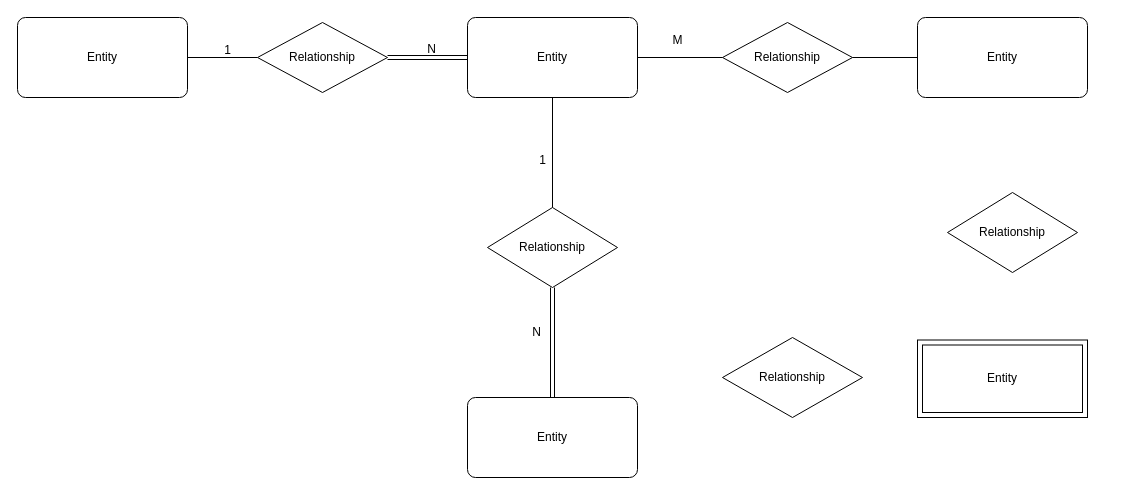
Parbatnil/erd-dfd keeps this draw.io diagram as Untitled Diagram.drawio. Above is the earlier version. Source tidied: cells renumbered, new cells numbered last; positions are measured from the earlier drawing's top-left corner, leaving out a move shared by most shapes. Both pictures are drawn from the tidied source at 100%, with x=0, y=0 at pixel (17, 17).
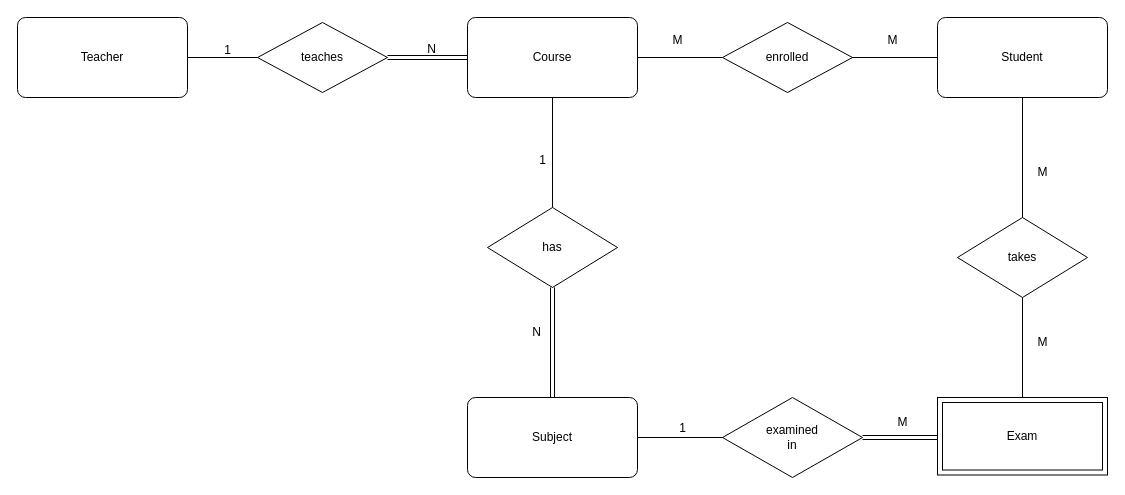
The same diagram, later.

The edit, as a diff of the source:
```diff
@@
-    <mxCell id="2" value="Entity" style="rounded=1;arcSize=10;whiteSpace=wrap;html=1;align=center;" parent="1" vertex="1">
+    <mxCell id="2" value="Teacher" style="rounded=1;arcSize=10;whiteSpace=wrap;html=1;align=center;" parent="1" vertex="1">
       <mxGeometry width="170" height="80" as="geometry" />
     </mxCell>
-    <mxCell id="3" value="Entity" style="rounded=1;arcSize=10;whiteSpace=wrap;html=1;align=center;" parent="1" vertex="1">
+    <mxCell id="3" value="Course" style="rounded=1;arcSize=10;whiteSpace=wrap;html=1;align=center;" parent="1" vertex="1">
       <mxGeometry x="450" width="170" height="80" as="geometry" />
     </mxCell>
-    <mxCell id="4" value="Entity" style="rounded=1;arcSize=10;whiteSpace=wrap;html=1;align=center;" parent="1" vertex="1">
-      <mxGeometry x="900" width="170" height="80" as="geometry" />
+    <mxCell id="4" value="Student" style="rounded=1;arcSize=10;whiteSpace=wrap;html=1;align=center;" parent="1" vertex="1">
+      <mxGeometry x="920" width="170" height="80" as="geometry" />
     </mxCell>
-    <mxCell id="5" value="Entity" style="rounded=1;arcSize=10;whiteSpace=wrap;html=1;align=center;" parent="1" vertex="1">
+    <mxCell id="5" value="Subject" style="rounded=1;arcSize=10;whiteSpace=wrap;html=1;align=center;" parent="1" vertex="1">
       <mxGeometry x="450" y="380" width="170" height="80" as="geometry" />
     </mxCell>
-    <mxCell id="6" value="Entity" style="shape=ext;margin=3;double=1;whiteSpace=wrap;html=1;align=center;" parent="1" vertex="1">
-      <mxGeometry x="900" y="322.5" width="170" height="77.5" as="geometry" />
+    <mxCell id="6" value="Exam" style="shape=ext;margin=3;double=1;whiteSpace=wrap;html=1;align=center;" parent="1" vertex="1">
+      <mxGeometry x="920" y="380" width="170" height="77.5" as="geometry" />
     </mxCell>
-    <mxCell id="7" value="Relationship" style="shape=rhombus;perimeter=rhombusPerimeter;whiteSpace=wrap;html=1;align=center;" parent="1" vertex="1">
+    <mxCell id="7" value="teaches" style="shape=rhombus;perimeter=rhombusPerimeter;whiteSpace=wrap;html=1;align=center;" parent="1" vertex="1">
       <mxGeometry x="240" y="5" width="130" height="70" as="geometry" />
     </mxCell>
-    <mxCell id="8" value="Relationship" style="shape=rhombus;perimeter=rhombusPerimeter;whiteSpace=wrap;html=1;align=center;" parent="1" vertex="1">
+    <mxCell id="8" value="enrolled" style="shape=rhombus;perimeter=rhombusPerimeter;whiteSpace=wrap;html=1;align=center;" parent="1" vertex="1">
       <mxGeometry x="705" y="5" width="130" height="70" as="geometry" />
     </mxCell>
-    <mxCell id="9" value="Relationship" style="shape=rhombus;perimeter=rhombusPerimeter;whiteSpace=wrap;html=1;align=center;" parent="1" vertex="1">
-      <mxGeometry x="705" y="320" width="140" height="80" as="geometry" />
+    <mxCell id="9" value="examined&lt;br&gt;in" style="shape=rhombus;perimeter=rhombusPerimeter;whiteSpace=wrap;html=1;align=center;" parent="1" vertex="1">
+      <mxGeometry x="705" y="380" width="140" height="80" as="geometry" />
     </mxCell>
-    <mxCell id="10" value="Relationship" style="shape=rhombus;perimeter=rhombusPerimeter;whiteSpace=wrap;html=1;align=center;" parent="1" vertex="1">
+    <mxCell id="10" value="has" style="shape=rhombus;perimeter=rhombusPerimeter;whiteSpace=wrap;html=1;align=center;" parent="1" vertex="1">
       <mxGeometry x="470" y="190" width="130" height="80" as="geometry" />
     </mxCell>
-    <mxCell id="11" value="Relationship" style="shape=rhombus;perimeter=rhombusPerimeter;whiteSpace=wrap;html=1;align=center;" parent="1" vertex="1">
-      <mxGeometry x="930" y="175" width="130" height="80" as="geometry" />
+    <mxCell id="11" value="takes" style="shape=rhombus;perimeter=rhombusPerimeter;whiteSpace=wrap;html=1;align=center;" parent="1" vertex="1">
+      <mxGeometry x="940" y="200" width="130" height="80" as="geometry" />
     </mxCell>
@@
-    <mxCell id="18" style="endArrow=none;html=1;rounded=0;exitX=1;exitY=0.5;exitDx=0;exitDy=0;" parent="1" edge="1" source="8">
-      <mxGeometry relative="1" as="geometry">
-        <mxPoint x="900" y="40" as="targetPoint" />
-      </mxGeometry>
+    <mxCell id="18" style="endArrow=none;html=1;rounded=0;exitX=1;exitY=0.5;exitDx=0;exitDy=0;entryX=0;entryY=0.5;entryDx=0;entryDy=0;" parent="1" edge="1" source="8" target="4">
+      <mxGeometry relative="1" as="geometry" />
     </mxCell>
@@
+    <mxCell id="23" style="endArrow=none;html=1;rounded=0;exitX=0.5;exitY=1;exitDx=0;exitDy=0;" parent="1" edge="1" source="4" target="11">
+      <mxGeometry relative="1" as="geometry" />
+    </mxCell>
+    <mxCell id="24" style="endArrow=none;html=1;rounded=0;" parent="1" edge="1" target="9">
+      <mxGeometry relative="1" as="geometry">
+        <mxPoint x="620" y="420" as="sourcePoint" />
+      </mxGeometry>
+    </mxCell>
+    <mxCell id="25" style="endArrow=none;html=1;rounded=0;entryX=0.5;entryY=1;entryDx=0;entryDy=0;exitX=0.5;exitY=0;exitDx=0;exitDy=0;" parent="1" edge="1" source="6" target="11">
+      <mxGeometry relative="1" as="geometry" />
+    </mxCell>
+    <mxCell id="26" style="shape=link;html=1;rounded=0;exitX=1;exitY=0.5;exitDx=0;exitDy=0;" parent="1" edge="1" source="9">
+      <mxGeometry relative="1" as="geometry">
+        <mxPoint x="920" y="420" as="targetPoint" />
+      </mxGeometry>
+    </mxCell>
+    <mxCell id="27" value="1" style="html=1;whiteSpace=wrap;align=right;verticalAlign=bottom;" parent="26" vertex="1">
+      <mxGeometry x="1" relative="1" as="geometry">
+        <mxPoint x="-250" y="-1" as="offset" />
+      </mxGeometry>
+    </mxCell>
+    <mxCell id="28" value="M" style="text;html=1;align=center;verticalAlign=middle;strokeColor=none;fillColor=none;" parent="1" vertex="1">
+      <mxGeometry x="860" y="8" width="30" height="30" as="geometry" />
+    </mxCell>
+    <mxCell id="29" value="M" style="text;html=1;align=center;verticalAlign=middle;strokeColor=none;fillColor=none;" parent="1" vertex="1">
+      <mxGeometry x="1010" y="310" width="30" height="30" as="geometry" />
+    </mxCell>
+    <mxCell id="30" value="M" style="text;html=1;align=center;verticalAlign=middle;strokeColor=none;fillColor=none;" parent="1" vertex="1">
+      <mxGeometry x="1010" y="140" width="30" height="30" as="geometry" />
+    </mxCell>
+    <mxCell id="31" value="M" style="text;html=1;align=center;verticalAlign=middle;strokeColor=none;fillColor=none;" parent="1" vertex="1">
+      <mxGeometry x="870" y="390" width="30" height="30" as="geometry" />
+    </mxCell>
```
